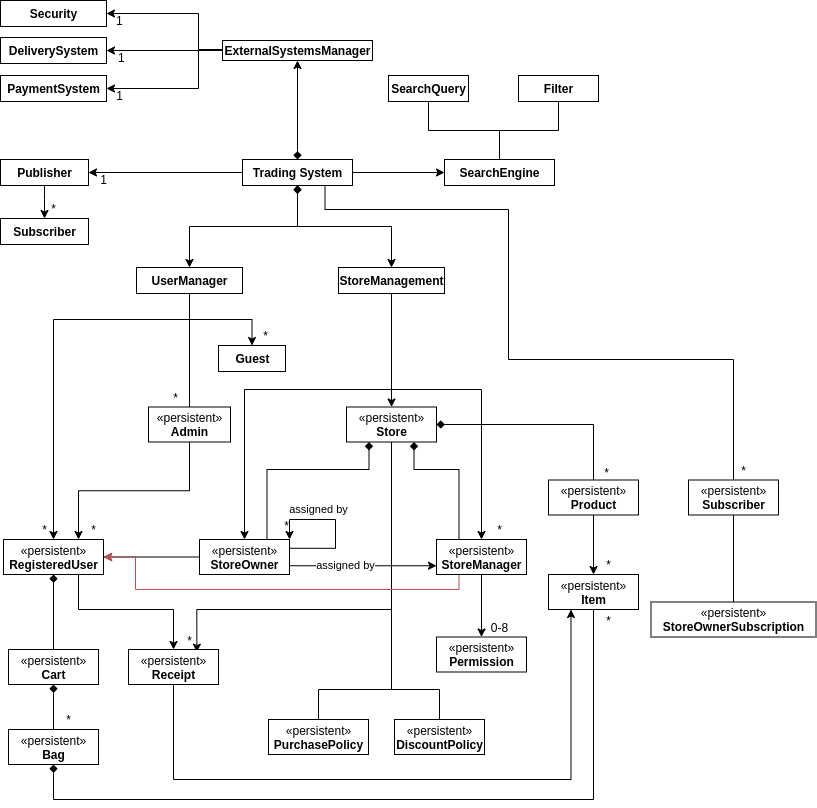
alexabramov2610/se-workshop-project keeps this draw.io diagram as wiki_assets/images/d-class-diagram-Page-1.png. Above is the earlier version. Source tidied: cells renumbered, new cells last; positions are measured from the earlier drawing's top-left corner, leaving out a move shared by most shapes.
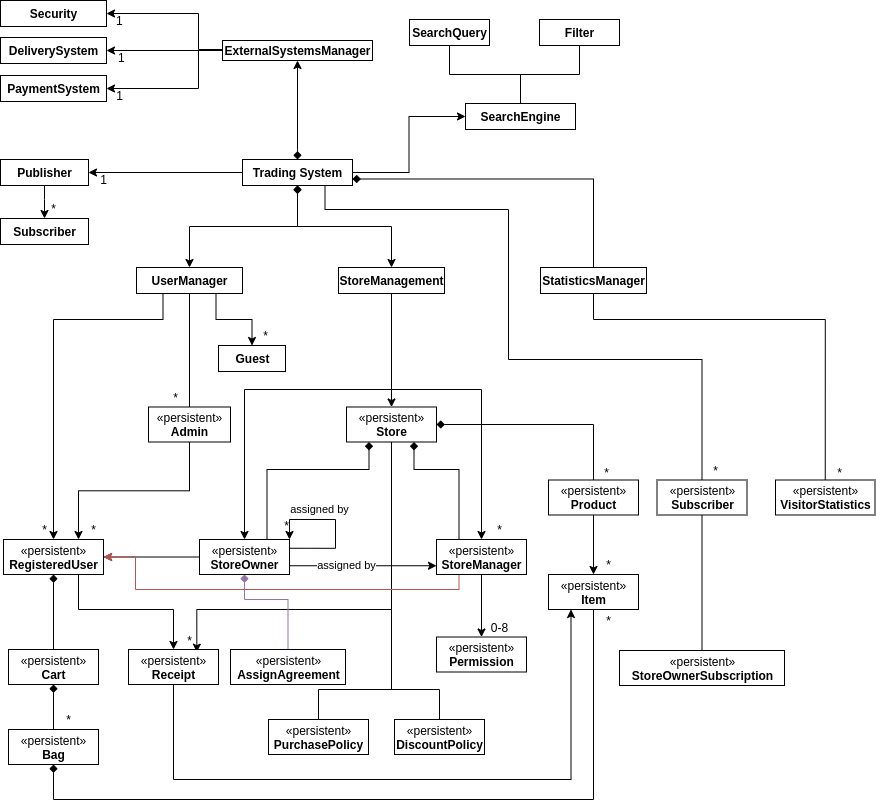
After the commit.

Commit message:
updating class diagram

Diff of the diagram source:
```diff
@@ -96,10 +96,17 @@
           <mxPoint x="325" y="209" />
           <mxPoint x="508" y="209" />
           <mxPoint x="508" y="359" />
-          <mxPoint x="733" y="359" />
+          <mxPoint x="702" y="359" />
         </Array>
       </mxGeometry>
     </mxCell>
+    <mxCell id="87" style="edgeStyle=orthogonalEdgeStyle;rounded=0;jettySize=auto;html=1;exitX=0.5;exitY=0;exitDx=0;exitDy=0;entryX=1;entryY=0.75;entryDx=0;entryDy=0;endArrow=diamond;endFill=1;" parent="1" edge="1" source="90" target="24">
+      <mxGeometry relative="1" as="geometry">
+        <Array as="points">
+          <mxPoint x="593" y="179" />
+        </Array>
+      </mxGeometry>
+    </mxCell>
     <mxCell id="24" value="&lt;span style=&quot;font-weight: 700&quot;&gt;Trading System&lt;/span&gt;" style="html=1;" parent="1" vertex="1">
       <mxGeometry x="242" y="159" width="110" height="26" as="geometry" />
     </mxCell>
@@ -125,15 +132,15 @@
     <mxCell id="28" value="&lt;b&gt;StoreManagement&lt;/b&gt;" style="html=1;" parent="1" vertex="1">
       <mxGeometry x="338" y="267" width="106" height="26" as="geometry" />
     </mxCell>
-    <mxCell id="29" style="edgeStyle=orthogonalEdgeStyle;rounded=0;jettySize=auto;html=1;exitX=0.5;exitY=1;exitDx=0;exitDy=0;startArrow=none;startFill=0;entryX=0.5;entryY=0;entryDx=0;entryDy=0;" parent="1" edge="1" source="32" target="36">
+    <mxCell id="29" style="edgeStyle=orthogonalEdgeStyle;rounded=0;jettySize=auto;html=1;exitX=0.25;exitY=1;exitDx=0;exitDy=0;startArrow=none;startFill=0;entryX=0.5;entryY=0;entryDx=0;entryDy=0;" parent="1" edge="1" source="32" target="36">
       <mxGeometry relative="1" as="geometry">
         <Array as="points">
-          <mxPoint x="189" y="319" />
+          <mxPoint x="163" y="319" />
           <mxPoint x="53" y="319" />
         </Array>
       </mxGeometry>
     </mxCell>
-    <mxCell id="30" style="edgeStyle=orthogonalEdgeStyle;rounded=0;jettySize=auto;html=1;exitX=0.5;exitY=1;exitDx=0;exitDy=0;entryX=0.5;entryY=0;entryDx=0;entryDy=0;startArrow=none;startFill=0;" parent="1" edge="1" source="32" target="33">
+    <mxCell id="30" style="edgeStyle=orthogonalEdgeStyle;rounded=0;jettySize=auto;html=1;exitX=0.75;exitY=1;exitDx=0;exitDy=0;entryX=0.5;entryY=0;entryDx=0;entryDy=0;startArrow=none;startFill=0;" parent="1" edge="1" source="32" target="33">
       <mxGeometry relative="1" as="geometry" />
     </mxCell>
     <mxCell id="31" style="edgeStyle=orthogonalEdgeStyle;rounded=0;jettySize=auto;html=1;exitX=0.5;exitY=1;exitDx=0;exitDy=0;entryX=0.5;entryY=0;entryDx=0;entryDy=0;startArrow=none;startFill=0;endArrow=none;endFill=0;" parent="1" edge="1" source="32" target="76">
@@ -208,6 +215,14 @@
     <mxCell id="44" style="edgeStyle=orthogonalEdgeStyle;rounded=0;jumpSize=14;jettySize=auto;html=1;exitX=0;exitY=0.75;exitDx=0;exitDy=0;entryX=1;entryY=0.75;entryDx=0;entryDy=0;startArrow=classic;startFill=1;startSize=6;sourcePerimeterSpacing=0;endArrow=none;endFill=0;targetPerimeterSpacing=0;" parent="1" edge="1" source="48" target="45">
       <mxGeometry relative="1" as="geometry" />
     </mxCell>
+    <mxCell id="88" style="edgeStyle=orthogonalEdgeStyle;rounded=0;jettySize=auto;html=1;exitX=0.5;exitY=0;exitDx=0;exitDy=0;entryX=0.5;entryY=1;entryDx=0;entryDy=0;endArrow=diamond;endFill=1;fillColor=#e1d5e7;strokeColor=#9673a6;" parent="1" edge="1" source="93" target="45">
+      <mxGeometry relative="1" as="geometry">
+        <Array as="points">
+          <mxPoint x="288" y="599" />
+          <mxPoint x="244" y="599" />
+        </Array>
+      </mxGeometry>
+    </mxCell>
     <mxCell id="45" value="«persistent»&lt;br&gt;&lt;b&gt;StoreOwner&lt;/b&gt;" style="html=1;" parent="1" vertex="1">
       <mxGeometry x="199" y="539" width="90" height="35" as="geometry" />
     </mxCell>
@@ -242,7 +257,7 @@
       <mxGeometry relative="1" as="geometry" />
     </mxCell>
     <mxCell id="54" value="&lt;span style=&quot;font-weight: 700&quot;&gt;SearchEngine&lt;/span&gt;" style="html=1;" parent="1" vertex="1">
-      <mxGeometry x="444" y="159" width="110" height="26" as="geometry" />
+      <mxGeometry x="465" y="103" width="110" height="26" as="geometry" />
     </mxCell>
     <mxCell id="55" style="edgeStyle=orthogonalEdgeStyle;rounded=0;jettySize=auto;html=1;exitX=0.5;exitY=1;exitDx=0;exitDy=0;entryX=0.25;entryY=1;entryDx=0;entryDy=0;startArrow=none;startFill=0;" parent="1" edge="1" source="56" target="62">
       <mxGeometry relative="1" as="geometry">
@@ -285,19 +300,19 @@
       <mxGeometry x="484" y="616.5" width="30" height="20" as="geometry" />
     </mxCell>
     <mxCell id="65" value="&lt;span style=&quot;font-weight: 700&quot;&gt;Filter&lt;/span&gt;" style="html=1;" parent="1" vertex="1">
-      <mxGeometry x="518" y="75" width="80" height="26" as="geometry" />
+      <mxGeometry x="539" y="19" width="80" height="26" as="geometry" />
     </mxCell>
     <mxCell id="66" value="&lt;span style=&quot;font-weight: 700&quot;&gt;SearchQuery&lt;/span&gt;" style="html=1;" parent="1" vertex="1">
-      <mxGeometry x="388" y="75" width="80" height="26" as="geometry" />
+      <mxGeometry x="409" y="19" width="80" height="26" as="geometry" />
     </mxCell>
     <mxCell id="67" style="edgeStyle=orthogonalEdgeStyle;rounded=0;jettySize=auto;html=1;exitX=0.5;exitY=1;exitDx=0;exitDy=0;entryX=0.5;entryY=0;entryDx=0;entryDy=0;startArrow=none;startFill=0;endArrow=none;endFill=0;" parent="1" edge="1" source="68" target="72">
       <mxGeometry relative="1" as="geometry" />
     </mxCell>
     <mxCell id="68" value="«persistent»&lt;br&gt;&lt;b&gt;Subscriber&lt;/b&gt;" style="html=1;" parent="1" vertex="1">
-      <mxGeometry x="688" y="479.5" width="90" height="35" as="geometry" />
+      <mxGeometry x="656.5" y="479.5" width="90" height="35" as="geometry" />
     </mxCell>
     <mxCell id="69" value="*" style="text;html=1;align=center;verticalAlign=middle;" parent="1" vertex="1">
-      <mxGeometry x="733" y="459.5" width="20" height="20" as="geometry" />
+      <mxGeometry x="705" y="459.5" width="20" height="20" as="geometry" />
     </mxCell>
     <mxCell id="70" value="«persistent»&lt;br&gt;&lt;b&gt;PurchasePolicy&lt;/b&gt;" style="html=1;" parent="1" vertex="1">
       <mxGeometry x="268" y="719" width="100" height="35" as="geometry" />
@@ -306,7 +321,7 @@
       <mxGeometry x="394" y="719" width="90" height="35" as="geometry" />
     </mxCell>
     <mxCell id="72" value="«persistent»&lt;br&gt;&lt;b&gt;StoreOwnerSubscription&lt;/b&gt;" style="html=1;" parent="1" vertex="1">
-      <mxGeometry x="650.5" y="601.5" width="165" height="35" as="geometry" />
+      <mxGeometry x="619" y="650" width="165" height="35" as="geometry" />
     </mxCell>
     <mxCell id="73" value="*" style="text;html=1;align=center;verticalAlign=middle;" parent="1" vertex="1">
       <mxGeometry x="58" y="709" width="20" height="20" as="geometry" />
@@ -364,5 +379,25 @@
         <mxPoint x="13" y="44.5" as="offset" />
       </mxGeometry>
     </mxCell>
+    <mxCell id="89" style="edgeStyle=orthogonalEdgeStyle;rounded=0;jettySize=auto;html=1;exitX=0.5;exitY=1;exitDx=0;exitDy=0;entryX=0.5;entryY=0;entryDx=0;entryDy=0;endArrow=none;endFill=0;" parent="1" edge="1" source="90" target="91">
+      <mxGeometry relative="1" as="geometry">
+        <Array as="points">
+          <mxPoint x="593" y="319" />
+          <mxPoint x="825" y="319" />
+        </Array>
+      </mxGeometry>
+    </mxCell>
+    <mxCell id="90" value="&lt;b&gt;StatisticsManager&lt;/b&gt;" style="html=1;" parent="1" vertex="1">
+      <mxGeometry x="540" y="267" width="106" height="26" as="geometry" />
+    </mxCell>
+    <mxCell id="91" value="«persistent»&lt;br&gt;&lt;b&gt;VisitorStatistics&lt;/b&gt;" style="html=1;" parent="1" vertex="1">
+      <mxGeometry x="775" y="479.5" width="99.5" height="35" as="geometry" />
+    </mxCell>
+    <mxCell id="92" value="*" style="text;html=1;align=center;verticalAlign=middle;" parent="1" vertex="1">
+      <mxGeometry x="828.5" y="462" width="20" height="20" as="geometry" />
+    </mxCell>
+    <mxCell id="93" value="«persistent»&lt;br&gt;&lt;b&gt;AssignAgreement&lt;/b&gt;" style="html=1;" parent="1" vertex="1">
+      <mxGeometry x="230" y="649" width="115" height="35" as="geometry" />
+    </mxCell>
   </root>
 </mxGraphModel>
```
